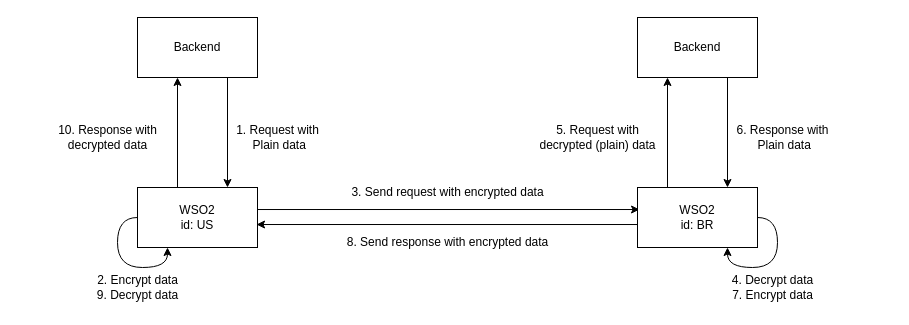
The draw.io diagram page "Non centralized" (2 of 2) of test.drawio in tenmo2003/OOAD, before the edit. Source tidied: cells renumbered, new cells numbered last; positions are measured from the earlier drawing's top-left corner, leaving out a move shared by most shapes. Both pictures are drawn from the tidied source at 100%, with x=0, y=0 at pixel (47, 17).
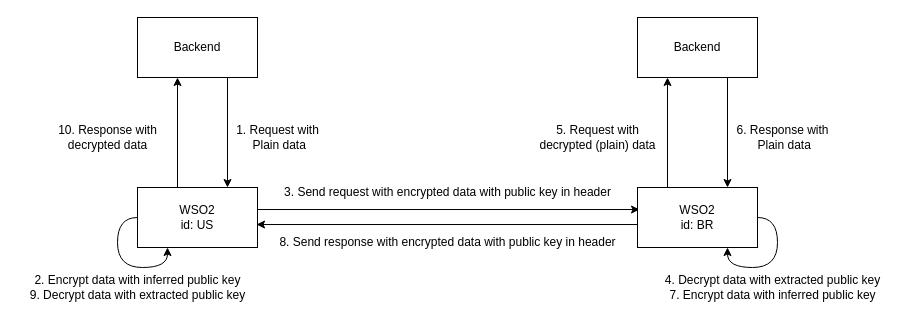
After the change.

What changed in the source:
```diff
@@
-    <mxCell id="13" value="&lt;span id=&quot;selected_text&quot;&gt;&lt;/span&gt;2. Encrypt data&lt;br&gt;9. Decrypt data" style="text;html=1;align=center;verticalAlign=middle;strokeColor=none;fillColor=none;" parent="1" vertex="1">
-      <mxGeometry x="40" y="250" width="100" height="40" as="geometry" />
+    <mxCell id="13" value="&lt;span id=&quot;selected_text&quot;&gt;&lt;/span&gt;2. Encrypt data with inferred public key&lt;br&gt;9. Decrypt data with extracted public key" style="text;html=1;align=center;verticalAlign=middle;strokeColor=none;fillColor=none;" parent="1" vertex="1">
+      <mxGeometry x="-30" y="250" width="240" height="40" as="geometry" />
     </mxCell>
-    <mxCell id="14" value="&lt;span id=&quot;selected_text&quot;&gt;&lt;/span&gt;3. Send request with encrypted data" style="text;html=1;align=center;verticalAlign=middle;strokeColor=none;fillColor=none;" parent="1" vertex="1">
-      <mxGeometry x="290" y="160" width="220" height="30" as="geometry" />
+    <mxCell id="14" value="&lt;span id=&quot;selected_text&quot;&gt;&lt;/span&gt;3. Send request with encrypted data with public key in header" style="text;html=1;align=center;verticalAlign=middle;strokeColor=none;fillColor=none;" parent="1" vertex="1">
+      <mxGeometry x="225" y="160" width="350" height="30" as="geometry" />
     </mxCell>
-    <mxCell id="15" value="&lt;span id=&quot;selected_text&quot;&gt;&lt;/span&gt;8. Send &lt;span id=&quot;selected_text&quot;&gt;&lt;/span&gt;response with encrypted data" style="text;html=1;align=center;verticalAlign=middle;strokeColor=none;fillColor=none;" parent="1" vertex="1">
-      <mxGeometry x="290" y="210" width="220" height="30" as="geometry" />
+    <mxCell id="15" value="&lt;span id=&quot;selected_text&quot;&gt;&lt;/span&gt;8. Send &lt;span id=&quot;selected_text&quot;&gt;&lt;/span&gt;response with encrypted data with public key in header" style="text;html=1;align=center;verticalAlign=middle;strokeColor=none;fillColor=none;" parent="1" vertex="1">
+      <mxGeometry x="220" y="210" width="360" height="30" as="geometry" />
     </mxCell>
@@
-    <mxCell id="17" value="&lt;span id=&quot;selected_text&quot;&gt;&lt;/span&gt;4. &lt;span id=&quot;selected_text&quot;&gt;&lt;/span&gt;Decrypt data&lt;br&gt;&lt;div&gt;7. Encrypt data&lt;/div&gt;" style="text;html=1;align=center;verticalAlign=middle;strokeColor=none;fillColor=none;" parent="1" vertex="1">
-      <mxGeometry x="675" y="250" width="100" height="40" as="geometry" />
+    <mxCell id="17" value="&lt;span id=&quot;selected_text&quot;&gt;&lt;/span&gt;4. &lt;span id=&quot;selected_text&quot;&gt;&lt;/span&gt;Decrypt data with extracted public key&lt;br&gt;&lt;div&gt;7. Encrypt data with inferred public key&lt;/div&gt;" style="text;html=1;align=center;verticalAlign=middle;strokeColor=none;fillColor=none;" parent="1" vertex="1">
+      <mxGeometry x="605" y="250" width="240" height="40" as="geometry" />
     </mxCell>
```
